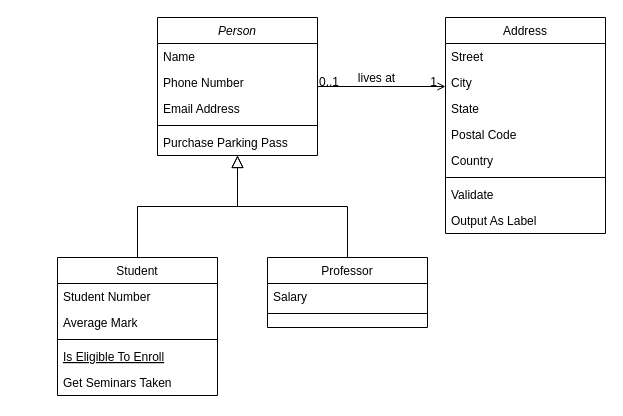
Earlier version of the draw.io diagram POOGIM/Draw_io/Untitled Diagram.drawio (chanbito/POO2021-2). Source tidied: cells renumbered, new cells numbered last; positions are measured from the earlier drawing's top-left corner, leaving out a move shared by most shapes. Both pictures are drawn from the tidied source at 100%, with x=0, y=0 at pixel (57, 17).
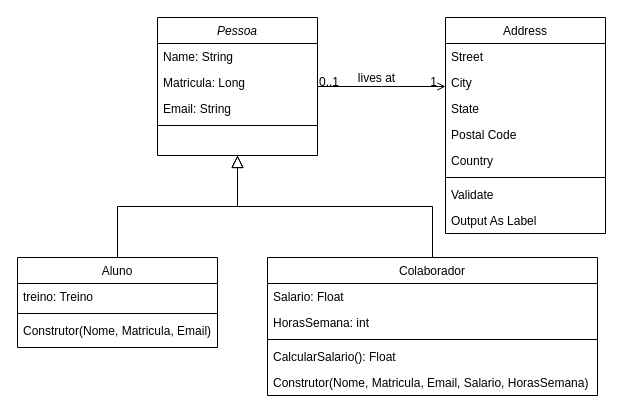
The same diagram, later.

Diff of the diagram source:
```diff
@@
-    <mxCell id="2" value="Person" style="swimlane;fontStyle=2;align=center;verticalAlign=top;horizontal=1;startSize=26;rounded=0;shadow=0;strokeWidth=1;" parent="1" vertex="1">
+    <mxCell id="2" value="Pessoa" style="swimlane;fontStyle=2;align=center;verticalAlign=top;horizontal=1;startSize=26;rounded=0;shadow=0;strokeWidth=1;" parent="1" vertex="1">
       <mxGeometry x="100" width="160" height="138" as="geometry" />
     </mxCell>
-    <mxCell id="3" value="Name" style="text;align=left;verticalAlign=top;spacingLeft=4;spacingRight=4;overflow=hidden;" parent="2" vertex="1">
+    <mxCell id="3" value="Name: String" style="text;align=left;verticalAlign=top;spacingLeft=4;spacingRight=4;overflow=hidden;" parent="2" vertex="1">
       <mxGeometry y="26" width="160" height="26" as="geometry" />
     </mxCell>
-    <mxCell id="4" value="Phone Number" style="text;align=left;verticalAlign=top;spacingLeft=4;spacingRight=4;overflow=hidden;rounded=0;shadow=0;html=0;" parent="2" vertex="1">
+    <mxCell id="4" value="Matricula: Long" style="text;align=left;verticalAlign=top;spacingLeft=4;spacingRight=4;overflow=hidden;rounded=0;shadow=0;html=0;" parent="2" vertex="1">
       <mxGeometry y="52" width="160" height="26" as="geometry" />
     </mxCell>
-    <mxCell id="5" value="Email Address" style="text;align=left;verticalAlign=top;spacingLeft=4;spacingRight=4;overflow=hidden;rounded=0;shadow=0;html=0;" parent="2" vertex="1">
+    <mxCell id="5" value="Email: String" style="text;align=left;verticalAlign=top;spacingLeft=4;spacingRight=4;overflow=hidden;rounded=0;shadow=0;html=0;" parent="2" vertex="1">
       <mxGeometry y="78" width="160" height="26" as="geometry" />
     </mxCell>
@@
-    <mxCell id="7" value="Purchase Parking Pass" style="text;align=left;verticalAlign=top;spacingLeft=4;spacingRight=4;overflow=hidden;" parent="2" vertex="1">
-      <mxGeometry y="112" width="160" height="26" as="geometry" />
-    </mxCell>
-    <mxCell id="8" value="Student" style="swimlane;fontStyle=0;align=center;verticalAlign=top;horizontal=1;startSize=26;rounded=0;shadow=0;strokeWidth=1;" parent="1" vertex="1">
-      <mxGeometry y="240" width="160" height="138" as="geometry" />
+    <mxCell id="8" value="Aluno" style="swimlane;fontStyle=0;align=center;verticalAlign=top;horizontal=1;startSize=26;rounded=0;shadow=0;strokeWidth=1;" parent="1" vertex="1">
+      <mxGeometry x="-40" y="240" width="200" height="90" as="geometry" />
     </mxCell>
-    <mxCell id="9" value="Student Number" style="text;align=left;verticalAlign=top;spacingLeft=4;spacingRight=4;overflow=hidden;" parent="8" vertex="1">
-      <mxGeometry y="26" width="160" height="26" as="geometry" />
+    <mxCell id="9" value="treino: Treino" style="text;align=left;verticalAlign=top;spacingLeft=4;spacingRight=4;overflow=hidden;" parent="8" vertex="1">
+      <mxGeometry y="26" width="200" height="26" as="geometry" />
     </mxCell>
-    <mxCell id="10" value="Average Mark" style="text;align=left;verticalAlign=top;spacingLeft=4;spacingRight=4;overflow=hidden;rounded=0;shadow=0;html=0;" parent="8" vertex="1">
-      <mxGeometry y="52" width="160" height="26" as="geometry" />
-    </mxCell>
     <mxCell id="11" style="line;html=1;strokeWidth=1;align=left;verticalAlign=middle;spacingTop=-1;spacingLeft=3;spacingRight=3;labelPosition=right;" parent="8" vertex="1">
-      <mxGeometry y="78" width="160" height="8" as="geometry" />
+      <mxGeometry y="52" width="200" height="8" as="geometry" />
     </mxCell>
-    <mxCell id="12" value="Is Eligible To Enroll" style="text;align=left;verticalAlign=top;spacingLeft=4;spacingRight=4;overflow=hidden;fontStyle=4;" parent="8" vertex="1">
-      <mxGeometry y="86" width="160" height="26" as="geometry" />
-    </mxCell>
-    <mxCell id="13" value="Get Seminars Taken" style="text;align=left;verticalAlign=top;spacingLeft=4;spacingRight=4;overflow=hidden;" parent="8" vertex="1">
-      <mxGeometry y="112" width="160" height="26" as="geometry" />
-    </mxCell>
+    <mxCell id="32" value="Construtor(Nome, Matricula, Email)" style="text;align=left;verticalAlign=top;spacingLeft=4;spacingRight=4;overflow=hidden;" parent="8" vertex="1">
+      <mxGeometry y="60" width="200" height="26" as="geometry" />
+    </mxCell>
@@
-    <mxCell id="15" value="Professor" style="swimlane;fontStyle=0;align=center;verticalAlign=top;horizontal=1;startSize=26;rounded=0;shadow=0;strokeWidth=1;" parent="1" vertex="1">
-      <mxGeometry x="210" y="240" width="160" height="70" as="geometry" />
+    <mxCell id="15" value="Colaborador" style="swimlane;fontStyle=0;align=center;verticalAlign=top;horizontal=1;startSize=26;rounded=0;shadow=0;strokeWidth=1;" parent="1" vertex="1">
+      <mxGeometry x="210" y="240" width="330" height="138" as="geometry" />
     </mxCell>
-    <mxCell id="16" value="Salary" style="text;align=left;verticalAlign=top;spacingLeft=4;spacingRight=4;overflow=hidden;" parent="15" vertex="1">
-      <mxGeometry y="26" width="160" height="26" as="geometry" />
+    <mxCell id="16" value="Salario: Float" style="text;align=left;verticalAlign=top;spacingLeft=4;spacingRight=4;overflow=hidden;" parent="15" vertex="1">
+      <mxGeometry y="26" width="330" height="26" as="geometry" />
     </mxCell>
+    <mxCell id="33" value="HorasSemana: int" style="text;align=left;verticalAlign=top;spacingLeft=4;spacingRight=4;overflow=hidden;" parent="15" vertex="1">
+      <mxGeometry y="52" width="330" height="26" as="geometry" />
+    </mxCell>
     <mxCell id="17" style="line;html=1;strokeWidth=1;align=left;verticalAlign=middle;spacingTop=-1;spacingLeft=3;spacingRight=3;labelPosition=right;" parent="15" vertex="1">
-      <mxGeometry y="52" width="160" height="8" as="geometry" />
+      <mxGeometry y="78" width="330" height="8" as="geometry" />
     </mxCell>
+    <mxCell id="34" value="CalcularSalario(): Float" style="text;align=left;verticalAlign=top;spacingLeft=4;spacingRight=4;overflow=hidden;" parent="15" vertex="1">
+      <mxGeometry y="86" width="330" height="26" as="geometry" />
+    </mxCell>
+    <mxCell id="35" value="Construtor(Nome, Matricula, Email, Salario, HorasSemana)" style="text;align=left;verticalAlign=top;spacingLeft=4;spacingRight=4;overflow=hidden;" parent="15" vertex="1">
+      <mxGeometry y="112" width="330" height="26" as="geometry" />
+    </mxCell>
```
